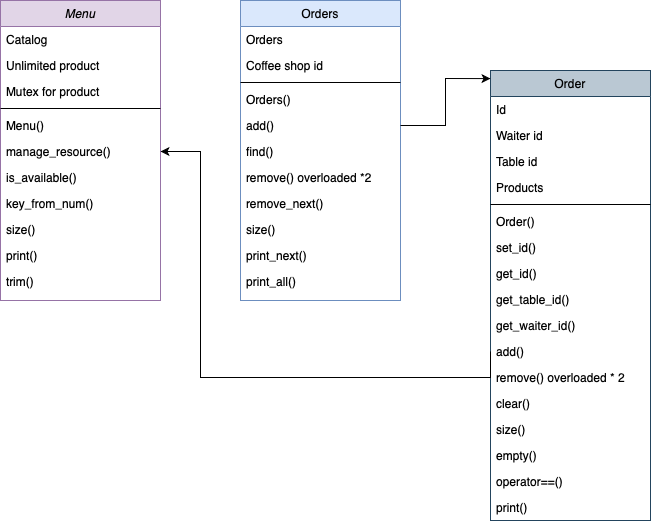
itornaza/cpp-geeks-cafe keeps this draw.io diagram as images/cpp-geeks-cafe.png. Above is the earlier version. Source tidied: cells renumbered, new cells last; positions are measured from the earlier drawing's top-left corner, leaving out a move shared by most shapes.
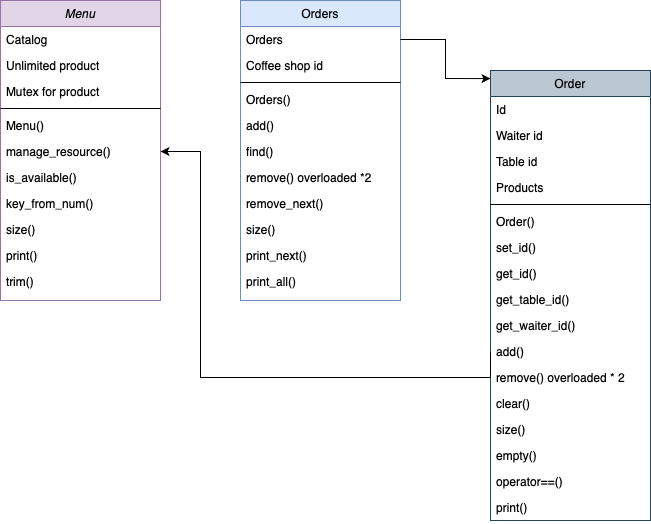
Later version of the same file.

Commit message:
docs: Added class schematic

The edit, as a diff of the source:
```diff
@@ -128,7 +128,7 @@
     <mxCell id="43" value="print_all()" style="text;align=left;verticalAlign=top;spacingLeft=4;spacingRight=4;overflow=hidden;" parent="32" vertex="1">
       <mxGeometry y="268" width="160" height="26" as="geometry" />
     </mxCell>
-    <mxCell id="44" style="edgeStyle=orthogonalEdgeStyle;rounded=0;jettySize=auto;html=1;entryX=0;entryY=0.018;entryDx=0;entryDy=0;entryPerimeter=0;" parent="1" edge="1" source="37" target="14">
+    <mxCell id="44" style="edgeStyle=orthogonalEdgeStyle;rounded=0;jettySize=auto;html=1;entryX=0;entryY=0.018;entryDx=0;entryDy=0;entryPerimeter=0;exitX=1;exitY=0.5;exitDx=0;exitDy=0;" parent="1" edge="1" source="33" target="14">
       <mxGeometry relative="1" as="geometry" />
     </mxCell>
     <mxCell id="45" style="edgeStyle=orthogonalEdgeStyle;rounded=0;jettySize=auto;html=1;entryX=1;entryY=0.5;entryDx=0;entryDy=0;exitX=0;exitY=0.5;exitDx=0;exitDy=0;" parent="1" edge="1" source="25" target="8">
```
